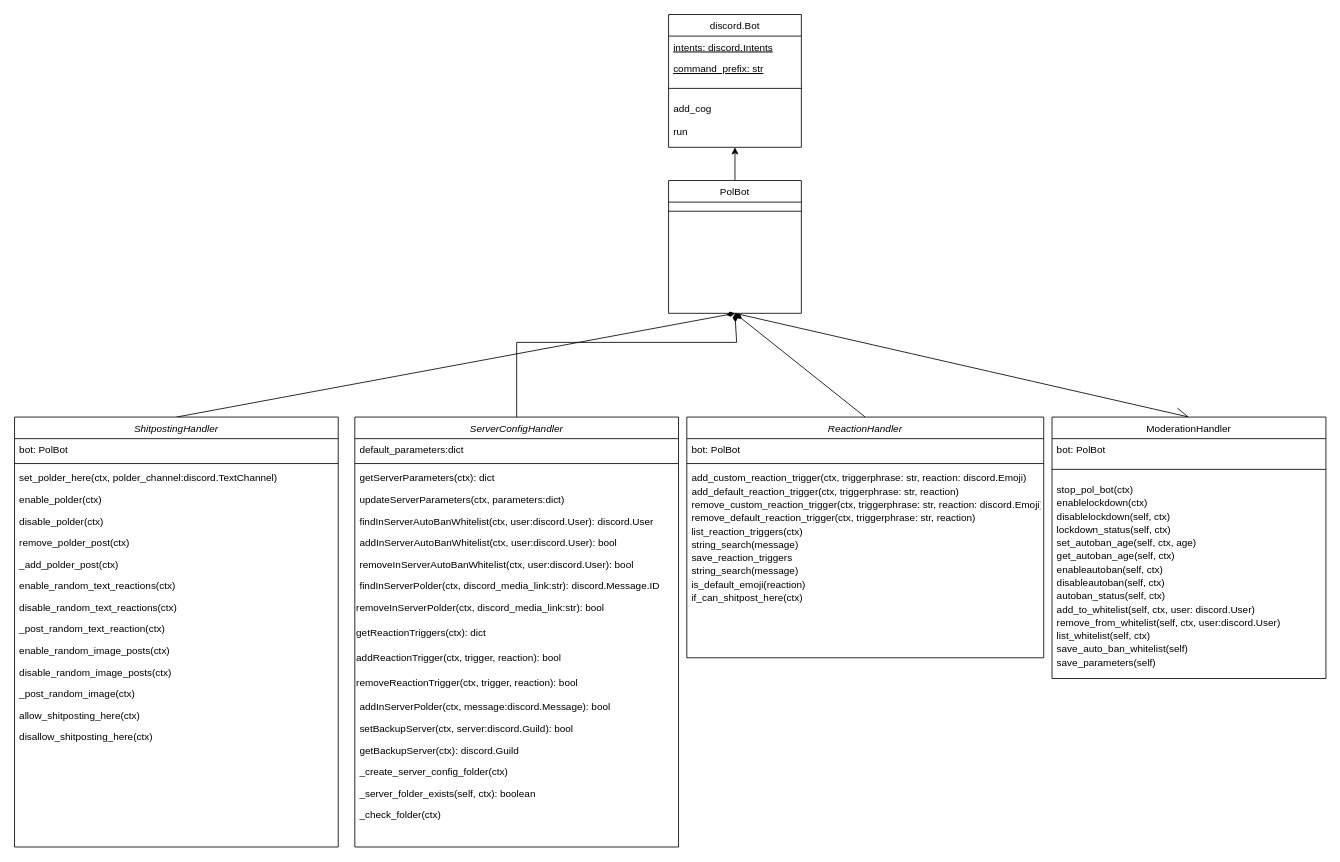
This is Untitled Diagram.drawio from abdann/polbot, a draw.io file, before an edit. Source tidied: cells renumbered, new cells numbered last; positions are measured from the earlier drawing's top-left corner, leaving out a move shared by most shapes. Both pictures are drawn from the tidied source at 83%, with x=0, y=0 at pixel (14, 14).
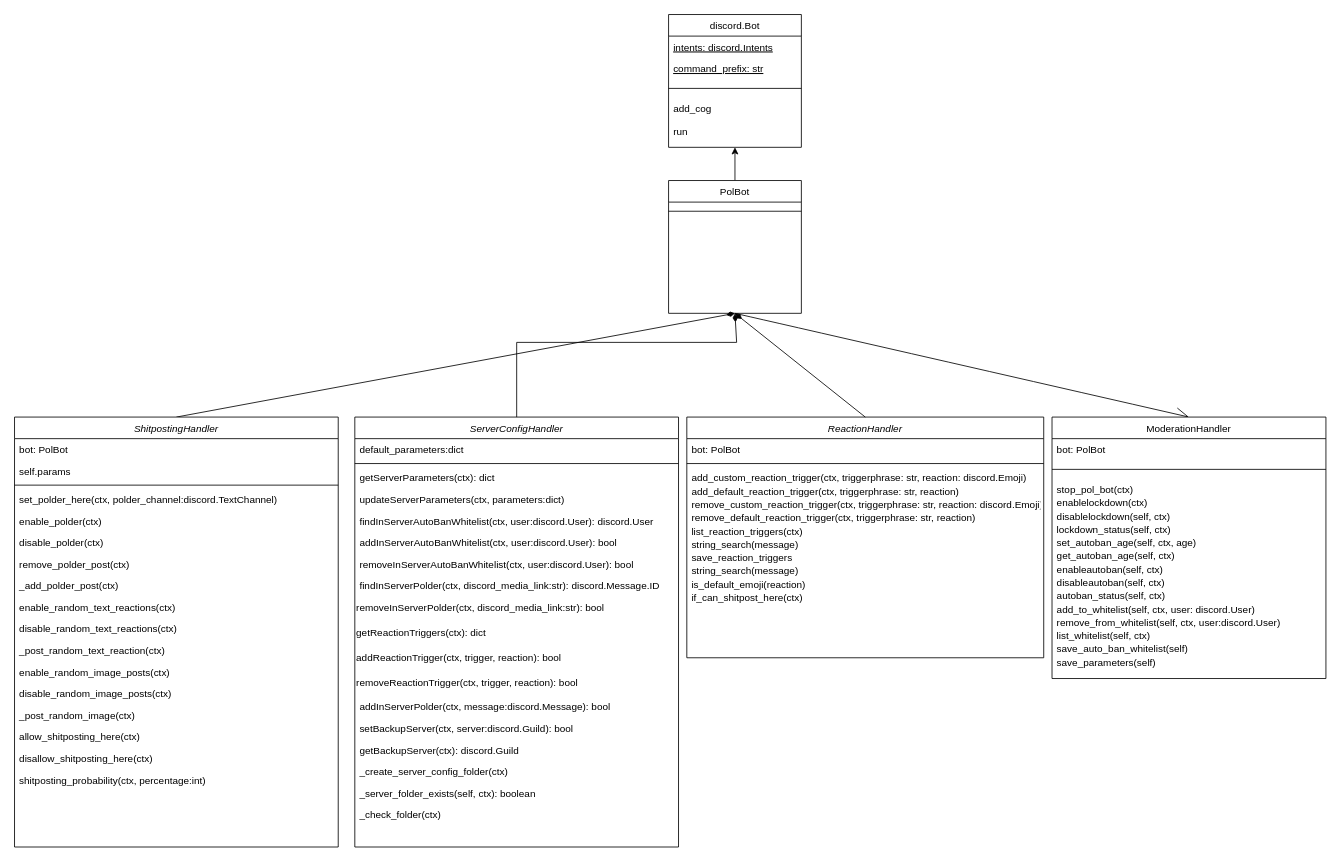
Above is the later version.

The change refers to these unchanged cells:
```xml
<mxCell id="64" value="ShitpostingHandler" style="swimlane;fontStyle=2;align=center;verticalAlign=top;horizontal=1;startSize=26;rounded=0;shadow=0;strokeWidth=1;" parent="1" vertex="1">
  <mxGeometry y="485" width="390" height="518" as="geometry" />
</mxCell>
```

Change to the diagram source:
```diff
@@
+    <mxCell id="80" value="self.params" style="text;align=left;verticalAlign=top;spacingLeft=4;spacingRight=4;overflow=hidden;rounded=0;shadow=0;html=0;" parent="64" vertex="1">
+      <mxGeometry y="52" width="390" height="26" as="geometry" />
+    </mxCell>
     <mxCell id="66" style="line;html=1;strokeWidth=1;align=left;verticalAlign=middle;spacingTop=-1;spacingLeft=3;spacingRight=3;labelPosition=right;" parent="64" vertex="1">
-      <mxGeometry y="52" width="390" height="8" as="geometry" />
+      <mxGeometry y="78" width="390" height="8" as="geometry" />
     </mxCell>
     <mxCell id="67" value="set_polder_here(ctx, polder_channel:discord.TextChannel)" style="text;align=left;verticalAlign=top;spacingLeft=4;spacingRight=4;overflow=hidden;" parent="64" vertex="1">
-      <mxGeometry y="60" width="390" height="26" as="geometry" />
+      <mxGeometry y="86" width="390" height="26" as="geometry" />
     </mxCell>
     <mxCell id="68" value="enable_polder(ctx)" style="text;align=left;verticalAlign=top;spacingLeft=4;spacingRight=4;overflow=hidden;" parent="64" vertex="1">
-      <mxGeometry y="86" width="390" height="26" as="geometry" />
+      <mxGeometry y="112" width="390" height="26" as="geometry" />
     </mxCell>
     <mxCell id="69" value="disable_polder(ctx)" style="text;align=left;verticalAlign=top;spacingLeft=4;spacingRight=4;overflow=hidden;" parent="64" vertex="1">
-      <mxGeometry y="112" width="390" height="26" as="geometry" />
+      <mxGeometry y="138" width="390" height="26" as="geometry" />
     </mxCell>
     <mxCell id="70" value="remove_polder_post(ctx)" style="text;align=left;verticalAlign=top;spacingLeft=4;spacingRight=4;overflow=hidden;" parent="64" vertex="1">
-      <mxGeometry y="138" width="390" height="26" as="geometry" />
+      <mxGeometry y="164" width="390" height="26" as="geometry" />
     </mxCell>
     <mxCell id="71" value="_add_polder_post(ctx)" style="text;align=left;verticalAlign=top;spacingLeft=4;spacingRight=4;overflow=hidden;" parent="64" vertex="1">
-      <mxGeometry y="164" width="390" height="26" as="geometry" />
+      <mxGeometry y="190" width="390" height="26" as="geometry" />
     </mxCell>
     <mxCell id="72" value="enable_random_text_reactions(ctx)" style="text;align=left;verticalAlign=top;spacingLeft=4;spacingRight=4;overflow=hidden;" parent="64" vertex="1">
-      <mxGeometry y="190" width="390" height="26" as="geometry" />
+      <mxGeometry y="216" width="390" height="26" as="geometry" />
     </mxCell>
     <mxCell id="73" value="disable_random_text_reactions(ctx)" style="text;align=left;verticalAlign=top;spacingLeft=4;spacingRight=4;overflow=hidden;" parent="64" vertex="1">
-      <mxGeometry y="216" width="390" height="26" as="geometry" />
+      <mxGeometry y="242" width="390" height="26" as="geometry" />
     </mxCell>
     <mxCell id="74" value="_post_random_text_reaction(ctx)" style="text;align=left;verticalAlign=top;spacingLeft=4;spacingRight=4;overflow=hidden;" parent="64" vertex="1">
-      <mxGeometry y="242" width="390" height="26" as="geometry" />
+      <mxGeometry y="268" width="390" height="26" as="geometry" />
     </mxCell>
     <mxCell id="75" value="enable_random_image_posts(ctx)" style="text;align=left;verticalAlign=top;spacingLeft=4;spacingRight=4;overflow=hidden;" parent="64" vertex="1">
-      <mxGeometry y="268" width="390" height="26" as="geometry" />
+      <mxGeometry y="294" width="390" height="26" as="geometry" />
     </mxCell>
     <mxCell id="76" value="disable_random_image_posts(ctx)" style="text;align=left;verticalAlign=top;spacingLeft=4;spacingRight=4;overflow=hidden;" parent="64" vertex="1">
-      <mxGeometry y="294" width="390" height="26" as="geometry" />
+      <mxGeometry y="320" width="390" height="26" as="geometry" />
     </mxCell>
     <mxCell id="77" value="_post_random_image(ctx)" style="text;align=left;verticalAlign=top;spacingLeft=4;spacingRight=4;overflow=hidden;" parent="64" vertex="1">
-      <mxGeometry y="320" width="390" height="26" as="geometry" />
+      <mxGeometry y="346" width="390" height="26" as="geometry" />
     </mxCell>
     <mxCell id="78" value="allow_shitposting_here(ctx)" style="text;align=left;verticalAlign=top;spacingLeft=4;spacingRight=4;overflow=hidden;" parent="64" vertex="1">
-      <mxGeometry y="346" width="390" height="26" as="geometry" />
+      <mxGeometry y="372" width="390" height="26" as="geometry" />
     </mxCell>
     <mxCell id="79" value="disallow_shitposting_here(ctx)" style="text;align=left;verticalAlign=top;spacingLeft=4;spacingRight=4;overflow=hidden;" parent="64" vertex="1">
-      <mxGeometry y="372" width="390" height="26" as="geometry" />
+      <mxGeometry y="398" width="390" height="26" as="geometry" />
     </mxCell>
+    <mxCell id="81" value="shitposting_probability(ctx, percentage:int)" style="text;align=left;verticalAlign=top;spacingLeft=4;spacingRight=4;overflow=hidden;" parent="64" vertex="1">
+      <mxGeometry y="424" width="390" height="26" as="geometry" />
+    </mxCell>
```
